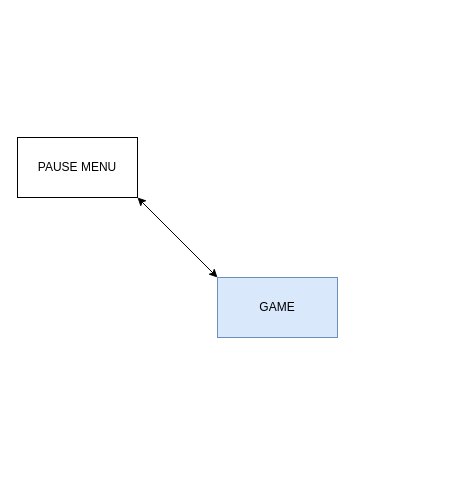
Llordy/RESTLESS keeps this draw.io diagram as page "GAME" (3 of 5) of Design.drawio. Above is the earlier version. Source tidied: cells renumbered, new cells numbered last; positions are measured from the earlier drawing's top-left corner, leaving out a move shared by most shapes. Both pictures are drawn from the tidied source at 100%, with x=0, y=0 at pixel (17, 137).
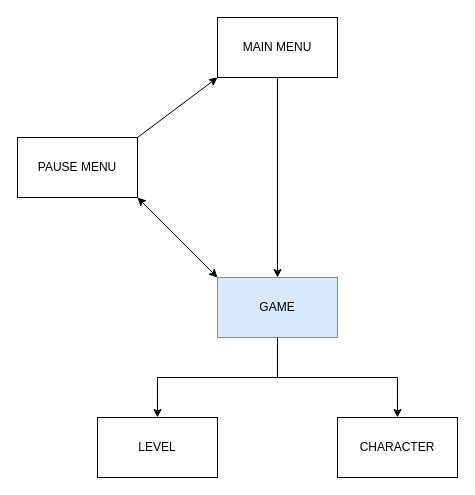
The same page after the edit.

What changed in the source:
```diff
@@
 <mxGraphModel>
   <root>
     <mxCell id="0" />
     <mxCell id="1" parent="0" />
     <mxCell id="2" style="rounded=0;jettySize=auto;html=1;exitX=0;exitY=0;exitDx=0;exitDy=0;entryX=1;entryY=1;entryDx=0;entryDy=0;startArrow=classic;startFill=1;" parent="1" edge="1" source="3" target="4">
       <mxGeometry relative="1" as="geometry" />
     </mxCell>
+    <mxCell id="5" style="edgeStyle=orthogonalEdgeStyle;rounded=0;jettySize=auto;html=1;" parent="1" edge="1" source="3" target="9">
+      <mxGeometry relative="1" as="geometry" />
+    </mxCell>
     <mxCell id="3" value="GAME" style="whiteSpace=wrap;html=1;fillColor=#dae8fc;strokeColor=#6c8ebf;" parent="1" vertex="1">
       <mxGeometry x="200" y="140" width="120" height="60" as="geometry" />
     </mxCell>
+    <mxCell id="6" style="rounded=0;jettySize=auto;html=1;exitX=1;exitY=0;exitDx=0;exitDy=0;entryX=0;entryY=1;entryDx=0;entryDy=0;" parent="1" edge="1" source="4" target="11">
+      <mxGeometry relative="1" as="geometry" />
+    </mxCell>
     <mxCell id="4" value="PAUSE MENU" style="whiteSpace=wrap;html=1;" parent="1" vertex="1">
       <mxGeometry width="120" height="60" as="geometry" />
     </mxCell>
+    <mxCell id="7" style="rounded=0;jettySize=auto;html=1;exitX=0.5;exitY=0;exitDx=0;exitDy=0;entryX=0.5;entryY=1;entryDx=0;entryDy=0;startArrow=classic;startFill=1;endArrow=none;endFill=0;edgeStyle=orthogonalEdgeStyle;" parent="1" edge="1" source="8" target="3">
+      <mxGeometry relative="1" as="geometry" />
+    </mxCell>
+    <mxCell id="8" value="LEVEL" style="rounded=0;whiteSpace=wrap;html=1;" parent="1" vertex="1">
+      <mxGeometry x="80" y="280" width="120" height="60" as="geometry" />
+    </mxCell>
+    <mxCell id="9" value="CHARACTER" style="whiteSpace=wrap;html=1;" parent="1" vertex="1">
+      <mxGeometry x="320" y="280" width="120" height="60" as="geometry" />
+    </mxCell>
+    <mxCell id="10" style="edgeStyle=orthogonalEdgeStyle;rounded=0;jettySize=auto;html=1;entryX=0.5;entryY=0;entryDx=0;entryDy=0;" parent="1" edge="1" source="11" target="3">
+      <mxGeometry relative="1" as="geometry" />
+    </mxCell>
+    <mxCell id="11" value="MAIN MENU" style="whiteSpace=wrap;html=1;" parent="1" vertex="1">
+      <mxGeometry x="200" y="-120" width="120" height="60" as="geometry" />
+    </mxCell>
   </root>
 </mxGraphModel>
```
